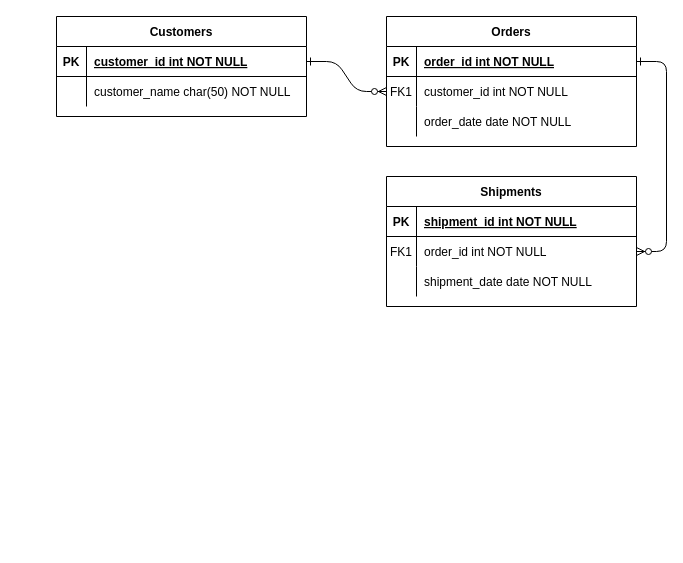
The draw.io diagram journalApp.drawio in yasirah-tech/yasirah-tech, before the edit. Source tidied: cells renumbered, new cells numbered last; positions are measured from the earlier drawing's top-left corner, leaving out a move shared by most shapes. Both pictures are drawn from the tidied source at 100%, with x=0, y=0 at pixel (56, 16).
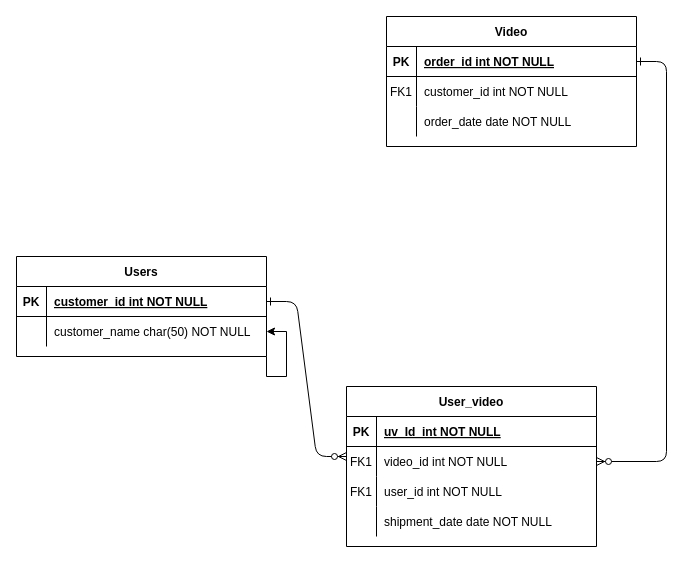
The same page after the edit.

The change refers to these unchanged cells:
```xml
<mxCell id="8" style="shape=partialRectangle;fillColor=none;points=[[0,0.5],[1,0.5]];portConstraint=eastwest;top=0;left=0;right=0;bottom=0;" parent="4" vertex="1">
  <mxGeometry y="60" width="250" height="30" as="geometry" />
</mxCell>
<mxCell id="15" style="shape=partialRectangle;fillColor=none;top=0;left=0;right=0;bottom=1;" parent="14" vertex="1">
  <mxGeometry y="30" width="250" height="30" as="geometry" />
</mxCell>
<mxCell id="18" style="shape=partialRectangle;fillColor=none;points=[[0,0.5],[1,0.5]];portConstraint=eastwest;top=0;left=0;right=0;bottom=0;" parent="14" vertex="1">
  <mxGeometry y="60" width="250" height="30" as="geometry" />
</mxCell>
<mxCell id="25" style="shape=partialRectangle;fillColor=none;points=[[0,0.5],[1,0.5]];portConstraint=eastwest;top=0;left=0;right=0;bottom=1;" parent="24" vertex="1">
  <mxGeometry y="30" width="250" height="30" as="geometry" />
</mxCell>
<mxCell id="28" style="shape=partialRectangle;fillColor=none;points=[[0,0.5],[1,0.5]];portConstraint=eastwest;top=0;left=0;right=0;bottom=0;" parent="24" vertex="1">
  <mxGeometry y="60" width="250" height="30" as="geometry" />
</mxCell>
```

Change to the diagram source:
```diff
@@
-    <mxCell id="2" style="edgeStyle=entityRelationEdgeStyle;endArrow=ERzeroToMany;startArrow=ERone;endFill=1;startFill=0;" parent="1" edge="1" source="25" target="8">
-      <mxGeometry relative="1" as="geometry" />
+    <mxCell id="2" style="edgeStyle=entityRelationEdgeStyle;endArrow=ERzeroToMany;startArrow=ERone;endFill=1;startFill=0;" parent="1" edge="1" source="25">
+      <mxGeometry relative="1" as="geometry">
+        <mxPoint x="290" y="440" as="targetPoint" />
+      </mxGeometry>
     </mxCell>
@@
-    <mxCell id="4" value="Orders" style="shape=table;startSize=30;childLayout=tableLayout;rowLines=0;fontStyle=1;align=center;" parent="1" vertex="1">
+    <mxCell id="4" value="Video" style="shape=table;startSize=30;childLayout=tableLayout;rowLines=0;fontStyle=1;align=center;" parent="1" vertex="1">
       <mxGeometry x="330" width="250" height="130" as="geometry" />
     </mxCell>
@@
-    <mxCell id="14" value="Shipments" style="shape=table;startSize=30;childLayout=tableLayout;rowLines=0;fontStyle=1;align=center;" parent="1" vertex="1">
-      <mxGeometry x="330" y="160" width="250" height="130" as="geometry" />
+    <mxCell id="14" value="User_video" style="shape=table;startSize=30;childLayout=tableLayout;rowLines=0;fontStyle=1;align=center;" parent="1" vertex="1">
+      <mxGeometry x="290" y="370" width="250" height="160" as="geometry" />
     </mxCell>
@@
-    <mxCell id="17" value="shipment_id int NOT NULL " style="shape=partialRectangle;overflow=hidden;fillColor=none;top=0;left=0;bottom=0;right=0;align=left;spacingLeft=6;fontStyle=5;" parent="15" vertex="1">
+    <mxCell id="17" value="uv_Id  int NOT NULL " style="shape=partialRectangle;overflow=hidden;fillColor=none;top=0;left=0;bottom=0;right=0;align=left;spacingLeft=6;fontStyle=5;" parent="15" vertex="1">
       <mxGeometry x="30" width="220" height="30" as="geometry" />
     </mxCell>
@@
-    <mxCell id="20" value="order_id int NOT NULL" style="shape=partialRectangle;overflow=hidden;fillColor=none;top=0;left=0;bottom=0;right=0;align=left;spacingLeft=6;" parent="18" vertex="1">
+    <mxCell id="20" value="video_id int NOT NULL" style="shape=partialRectangle;overflow=hidden;fillColor=none;top=0;left=0;bottom=0;right=0;align=left;spacingLeft=6;fontStyle=0;" parent="18" vertex="1">
       <mxGeometry x="30" width="220" height="30" as="geometry" />
     </mxCell>
+    <mxCell id="31" style="shape=partialRectangle;fillColor=none;top=0;left=0;right=0;bottom=0;" parent="14" vertex="1">
+      <mxGeometry y="90" width="250" height="30" as="geometry" />
+    </mxCell>
+    <mxCell id="32" value="FK1" style="shape=partialRectangle;overflow=hidden;fillColor=none;top=0;left=0;bottom=0;right=0;" parent="31" vertex="1">
+      <mxGeometry width="30" height="30" as="geometry" />
+    </mxCell>
+    <mxCell id="33" value="user_id int NOT NULL" style="shape=partialRectangle;overflow=hidden;fillColor=none;top=0;left=0;bottom=0;right=0;align=left;spacingLeft=6;fontStyle=0;" parent="31" vertex="1">
+      <mxGeometry x="30" width="220" height="30" as="geometry" />
+    </mxCell>
     <mxCell id="21" style="shape=partialRectangle;fillColor=none;top=0;left=0;right=0;bottom=0;" parent="14" vertex="1">
-      <mxGeometry y="90" width="250" height="30" as="geometry" />
+      <mxGeometry y="120" width="250" height="30" as="geometry" />
     </mxCell>
@@
-    <mxCell id="24" value="Customers" style="shape=table;startSize=30;childLayout=tableLayout;rowLines=0;fontStyle=1;align=center;" parent="1" vertex="1">
-      <mxGeometry width="250" height="100" as="geometry" />
+    <mxCell id="24" value="Users" style="shape=table;startSize=30;childLayout=tableLayout;rowLines=0;fontStyle=1;align=center;" parent="1" vertex="1">
+      <mxGeometry x="-40" y="240" width="250" height="100" as="geometry" />
     </mxCell>
@@
+    <mxCell id="34" style="edgeStyle=orthogonalEdgeStyle;rounded=0;jettySize=auto;html=1;exitX=1;exitY=1;exitDx=0;exitDy=0;" parent="24" edge="1" source="24" target="28">
+      <mxGeometry relative="1" as="geometry" />
+    </mxCell>
```
